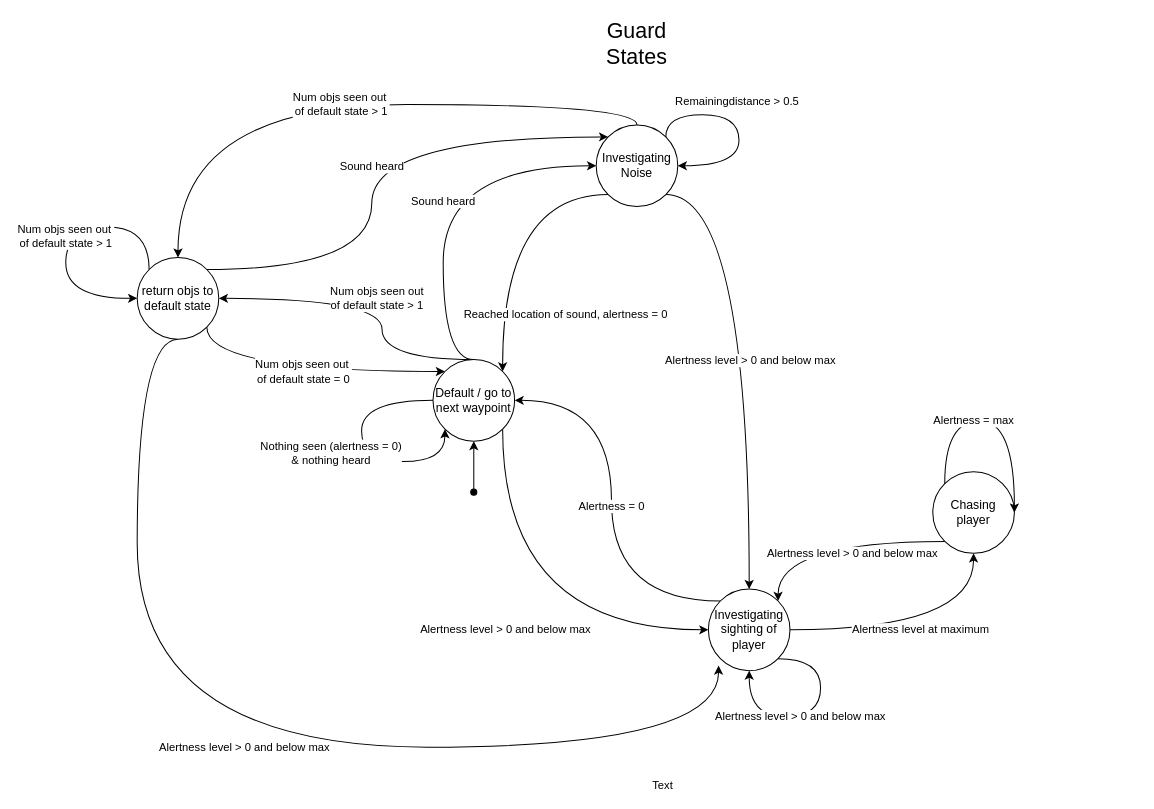
Above: gamedev/GuardStateMachine.drawio in 0utlands/gamedev (draw.io), before the change. Source tidied: cells renumbered, new cells numbered last; positions are measured from the earlier drawing's top-left corner, leaving out a move shared by most shapes. Both pictures are drawn from the tidied source at 102%, with x=0, y=0 at pixel (65, 33).
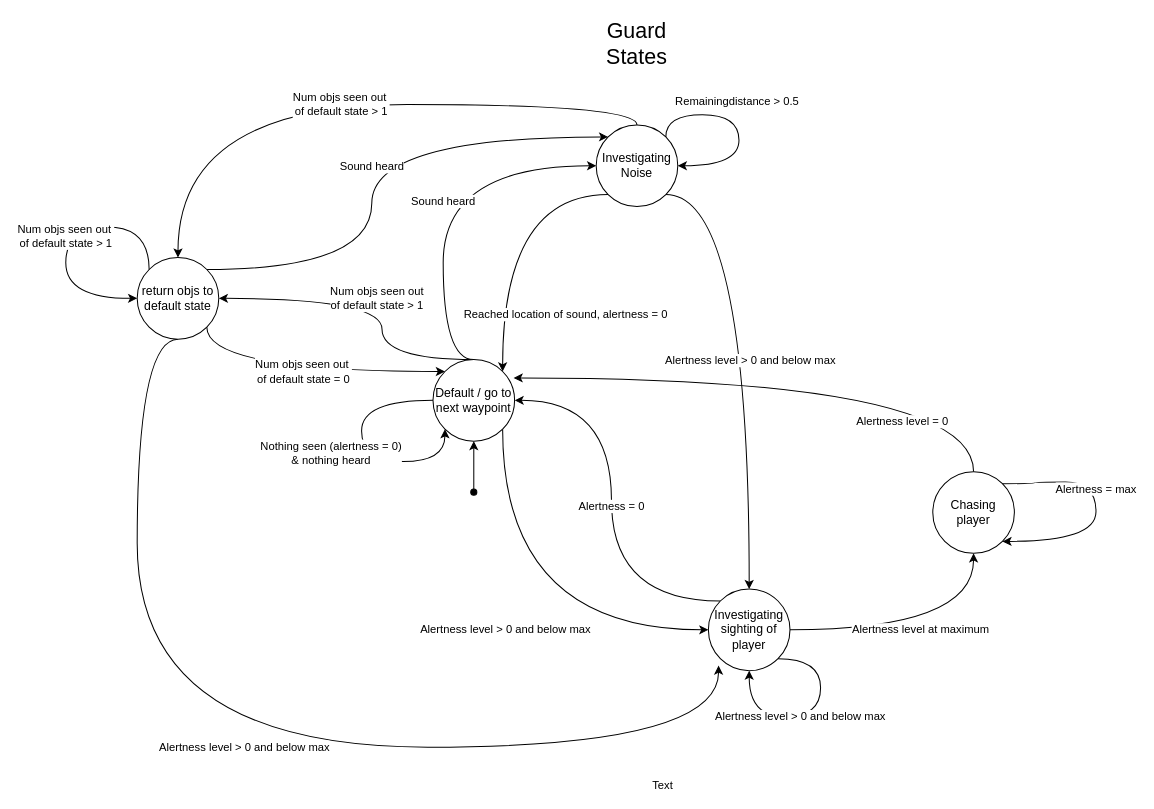
Above is the later version.

The change refers to these unchanged cells:
```xml
<mxCell id="5" value="Default / go to next waypoint" style="ellipse;whiteSpace=wrap;html=1;" parent="1" vertex="1">
  <mxGeometry x="360" y="320" width="80" height="80" as="geometry" />
</mxCell>
<mxCell id="13" value="Investigating sighting of player" style="ellipse;whiteSpace=wrap;html=1;" parent="1" vertex="1">
  <mxGeometry x="630" y="545" width="80" height="80" as="geometry" />
</mxCell>
<mxCell id="16" value="Chasing player" style="ellipse;whiteSpace=wrap;html=1;" parent="1" vertex="1">
  <mxGeometry x="850" y="430" width="80" height="80" as="geometry" />
</mxCell>
```

Diff of the diagram source:
```diff
@@
-    <mxCell id="14" style="edgeStyle=orthogonalEdgeStyle;curved=1;rounded=0;jettySize=auto;html=1;exitX=0;exitY=1;exitDx=0;exitDy=0;entryX=1;entryY=0;entryDx=0;entryDy=0;" parent="1" edge="1" source="16" target="13">
+    <mxCell id="14" style="edgeStyle=orthogonalEdgeStyle;curved=1;rounded=0;jettySize=auto;html=1;exitX=0.5;exitY=0;exitDx=0;exitDy=0;entryX=0.988;entryY=0.225;entryDx=0;entryDy=0;entryPerimeter=0;" parent="1" edge="1" source="16" target="5">
       <mxGeometry relative="1" as="geometry" />
     </mxCell>
-    <mxCell id="15" value="Alertness level &amp;gt; 0 and below max" style="edgeLabel;html=1;align=center;verticalAlign=middle;" parent="14" vertex="1">
+    <mxCell id="15" value="Alertness level = 0" style="edgeLabel;html=1;align=center;verticalAlign=middle;" parent="14" vertex="1">
       <mxGeometry x="0.36" y="21" relative="1" as="geometry">
-        <mxPoint x="59.3" y="-9.3" as="offset" />
+        <mxPoint x="206" y="21" as="offset" />
       </mxGeometry>
     </mxCell>
@@
-    <mxCell id="18" value="Alertness = max" style="edgeStyle=orthogonalEdgeStyle;curved=1;rounded=0;orthogonalLoop=1;jettySize=auto;html=1;exitX=0;exitY=0;exitDx=0;exitDy=0;entryX=1;entryY=0.5;entryDx=0;entryDy=0;" parent="1" edge="1" source="16" target="16">
+    <mxCell id="18" value="Alertness = max" style="edgeStyle=orthogonalEdgeStyle;curved=1;rounded=0;orthogonalLoop=1;jettySize=auto;html=1;exitX=1;exitY=0;exitDx=0;exitDy=0;entryX=1;entryY=1;entryDx=0;entryDy=0;" parent="1" edge="1" source="16" target="16">
       <mxGeometry x="-0.18" relative="1" as="geometry">
         <Array as="points">
-          <mxPoint x="862" y="380" />
-          <mxPoint x="930" y="380" />
+          <mxPoint x="950" y="442" />
+          <mxPoint x="950" y="440" />
+          <mxPoint x="1010" y="440" />
+          <mxPoint x="1010" y="498" />
         </Array>
       </mxGeometry>
     </mxCell>
```
